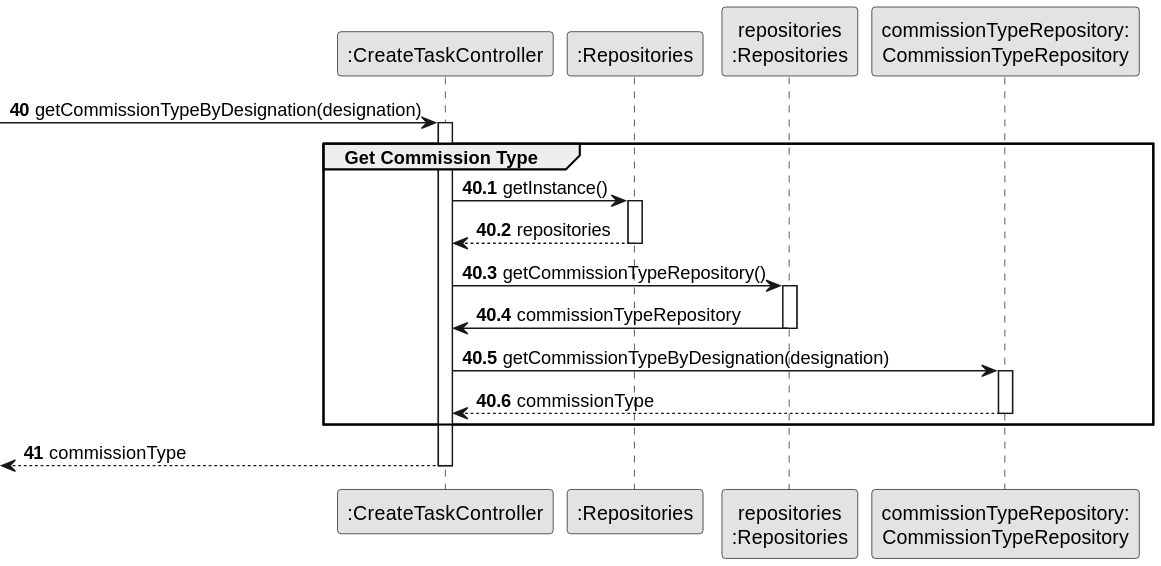
Before: docs/sprintB/us002/03.design/svg/us002-sequence-diagram-partial-get-commission-type.svg, a diagram exported from PlantUML (rita-barbosa/LAPR2-2223). Its diagram source:
```plantuml
@startuml
skinparam monochrome true
skinparam packageStyle rectangle
skinparam shadowing false

participant ":CreateTaskController" as CTRL
participant ":Repositories" as RepositorySingleton
participant "repositories\n:Repositories" as PLAT
participant "commissionTypeRepository:\nCommissionTypeRepository" as CommissionTypeRepository

autonumber 40
-> CTRL : getCommissionTypeByDesignation(designation)

autonumber 40.1

activate CTRL
    group Get Commission Type
        CTRL -> RepositorySingleton : getInstance()
        activate RepositorySingleton

            RepositorySingleton --> CTRL: repositories
        deactivate RepositorySingleton

        CTRL -> PLAT : getCommissionTypeRepository()
        activate PLAT

            PLAT -> CTRL : commissionTypeRepository
        deactivate PLAT

        CTRL -> CommissionTypeRepository : getCommissionTypeByDesignation(designation)
        activate CommissionTypeRepository

            CommissionTypeRepository --> CTRL : commissionType
        deactivate CommissionTypeRepository

    end group

    autonumber 41
    <-- CTRL : commissionType

deactivate CTRL
@enduml
```
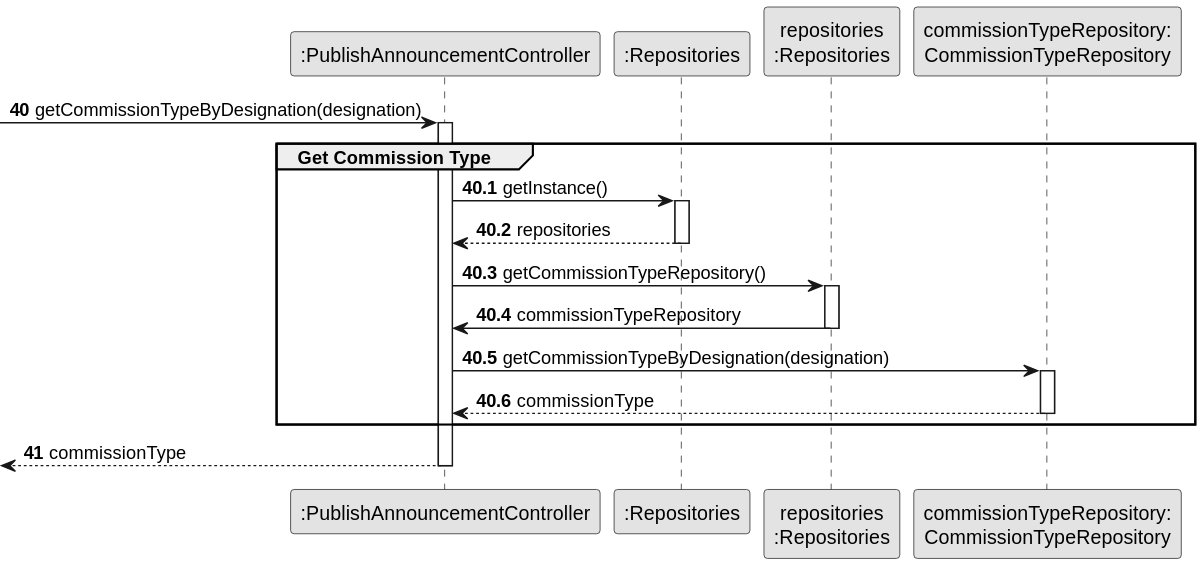
After the change.

Diff of the diagram source:
```diff
@@ -3,7 +3,7 @@
 skinparam packageStyle rectangle
 skinparam shadowing false
 
-participant ":CreateTaskController" as CTRL
+participant ":PublishAnnouncementController" as CTRL
 participant ":Repositories" as RepositorySingleton
 participant "repositories\n:Repositories" as PLAT
 participant "commissionTypeRepository:\nCommissionTypeRepository" as CommissionTypeRepository
```
